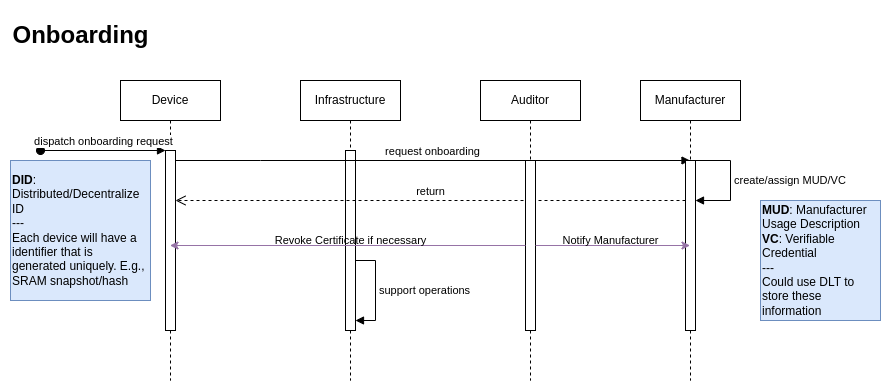
Before: thesis/.assets/onboarding-sequence-diagram.png, a diagram exported from draw.io (arminveres/iot-inventory-management). Source tidied: cells renumbered, new cells last; positions are measured from the earlier drawing's top-left corner, leaving out a move shared by most shapes. Source of this version:
```xml
<mxGraphModel>
  <root>
    <mxCell id="0" />
    <mxCell id="1" parent="0" />
    <mxCell id="2" value="Device" style="shape=umlLifeline;perimeter=lifelinePerimeter;whiteSpace=wrap;html=1;outlineConnect=0;portConstraint=eastwest;newEdgeStyle={&quot;edgeStyle&quot;:&quot;elbowEdgeStyle&quot;,&quot;elbow&quot;:&quot;vertical&quot;,&quot;curved&quot;:0,&quot;rounded&quot;:0};" parent="1" vertex="1">
      <mxGeometry x="120" y="80" width="100" height="300" as="geometry" />
    </mxCell>
    <mxCell id="3" style="html=1;points=[];perimeter=orthogonalPerimeter;outlineConnect=0;targetShapes=umlLifeline;portConstraint=eastwest;newEdgeStyle={&quot;edgeStyle&quot;:&quot;elbowEdgeStyle&quot;,&quot;elbow&quot;:&quot;vertical&quot;,&quot;curved&quot;:0,&quot;rounded&quot;:0};" parent="2" vertex="1">
      <mxGeometry x="45" y="70" width="10" height="180" as="geometry" />
    </mxCell>
    <mxCell id="4" value="dispatch onboarding request" style="html=1;verticalAlign=bottom;startArrow=oval;endArrow=block;startSize=8;edgeStyle=elbowEdgeStyle;elbow=vertical;curved=0;rounded=0;" parent="2" edge="1" target="3">
      <mxGeometry relative="1" as="geometry">
        <mxPoint x="-80" y="70" as="sourcePoint" />
      </mxGeometry>
    </mxCell>
    <mxCell id="5" value="Infrastructure" style="shape=umlLifeline;perimeter=lifelinePerimeter;whiteSpace=wrap;html=1;newEdgeStyle={&quot;edgeStyle&quot;:&quot;elbowEdgeStyle&quot;,&quot;elbow&quot;:&quot;vertical&quot;,&quot;curved&quot;:0,&quot;rounded&quot;:0};" parent="1" vertex="1">
      <mxGeometry x="300" y="80" width="100" height="300" as="geometry" />
    </mxCell>
    <mxCell id="6" style="html=1;points=[];perimeter=orthogonalPerimeter;outlineConnect=0;targetShapes=umlLifeline;portConstraint=eastwest;newEdgeStyle={&quot;edgeStyle&quot;:&quot;elbowEdgeStyle&quot;,&quot;elbow&quot;:&quot;vertical&quot;,&quot;curved&quot;:0,&quot;rounded&quot;:0};" parent="5" vertex="1">
      <mxGeometry x="45" y="70" width="10" height="180" as="geometry" />
    </mxCell>
    <mxCell id="7" value="support operations" style="html=1;align=left;spacingLeft=2;endArrow=block;rounded=0;edgeStyle=orthogonalEdgeStyle;curved=0;rounded=0;" parent="5" edge="1" source="6" target="6">
      <mxGeometry relative="1" as="geometry">
        <Array as="points">
          <mxPoint x="75" y="180" />
          <mxPoint x="75" y="240" />
        </Array>
      </mxGeometry>
    </mxCell>
    <mxCell id="8" value="request onboarding" style="html=1;verticalAlign=bottom;endArrow=block;edgeStyle=elbowEdgeStyle;elbow=vertical;curved=0;rounded=0;" parent="1" edge="1" source="3" target="12">
      <mxGeometry relative="1" as="geometry">
        <Array as="points">
          <mxPoint x="260" y="160" />
        </Array>
      </mxGeometry>
    </mxCell>
    <mxCell id="9" value="return" style="html=1;verticalAlign=bottom;endArrow=open;dashed=1;endSize=8;edgeStyle=elbowEdgeStyle;elbow=vertical;curved=0;rounded=0;" parent="1" edge="1" source="13" target="3">
      <mxGeometry relative="1" as="geometry">
        <Array as="points">
          <mxPoint x="280" y="200" />
        </Array>
      </mxGeometry>
    </mxCell>
    <mxCell id="10" value="Auditor" style="shape=umlLifeline;perimeter=lifelinePerimeter;whiteSpace=wrap;html=1;newEdgeStyle={&quot;edgeStyle&quot;:&quot;elbowEdgeStyle&quot;,&quot;elbow&quot;:&quot;vertical&quot;,&quot;curved&quot;:0,&quot;rounded&quot;:0};" parent="1" vertex="1">
      <mxGeometry x="480" y="80" width="100" height="300" as="geometry" />
    </mxCell>
    <mxCell id="11" style="html=1;points=[];perimeter=orthogonalPerimeter;outlineConnect=0;targetShapes=umlLifeline;portConstraint=eastwest;newEdgeStyle={&quot;edgeStyle&quot;:&quot;elbowEdgeStyle&quot;,&quot;elbow&quot;:&quot;vertical&quot;,&quot;curved&quot;:0,&quot;rounded&quot;:0};" parent="10" vertex="1">
      <mxGeometry x="45" y="80" width="10" height="170" as="geometry" />
    </mxCell>
    <mxCell id="12" value="Manufacturer" style="shape=umlLifeline;perimeter=lifelinePerimeter;whiteSpace=wrap;html=1;outlineConnect=0;portConstraint=eastwest;newEdgeStyle={&quot;edgeStyle&quot;:&quot;elbowEdgeStyle&quot;,&quot;elbow&quot;:&quot;vertical&quot;,&quot;curved&quot;:0,&quot;rounded&quot;:0};" parent="1" vertex="1">
      <mxGeometry x="640" y="80" width="100" height="300" as="geometry" />
    </mxCell>
    <mxCell id="13" style="html=1;points=[];perimeter=orthogonalPerimeter;outlineConnect=0;targetShapes=umlLifeline;portConstraint=eastwest;newEdgeStyle={&quot;edgeStyle&quot;:&quot;elbowEdgeStyle&quot;,&quot;elbow&quot;:&quot;vertical&quot;,&quot;curved&quot;:0,&quot;rounded&quot;:0};" parent="12" vertex="1">
      <mxGeometry x="45" y="80" width="10" height="170" as="geometry" />
    </mxCell>
    <mxCell id="14" value="create/assign MUD/VC" style="html=1;align=left;spacingLeft=2;endArrow=block;rounded=0;edgeStyle=orthogonalEdgeStyle;curved=0;rounded=0;" parent="12" edge="1" source="13" target="13">
      <mxGeometry relative="1" as="geometry">
        <Array as="points">
          <mxPoint x="90" y="80" />
          <mxPoint x="90" y="120" />
        </Array>
      </mxGeometry>
    </mxCell>
    <mxCell id="15" value="&lt;h1&gt;Onboarding&lt;/h1&gt;" style="text;html=1;align=center;verticalAlign=middle;strokeColor=none;fillColor=none;" parent="1" vertex="1">
      <mxGeometry width="160" height="70" as="geometry" />
    </mxCell>
    <mxCell id="16" value="&lt;b&gt;MUD&lt;/b&gt;: Manufacturer Usage Description&lt;br&gt;&lt;b&gt;VC&lt;/b&gt;: Verifiable Credential&lt;br&gt;---&lt;br&gt;Could use DLT to store these information&lt;br&gt;" style="whiteSpace=wrap;html=1;fillColor=#dae8fc;strokeColor=#6c8ebf;align=left;" parent="1" vertex="1">
      <mxGeometry x="760" y="200" width="120" height="120" as="geometry" />
    </mxCell>
    <mxCell id="17" value="Revoke Certificate if necessary" style="edgeStyle=elbowEdgeStyle;rounded=0;jettySize=auto;html=1;elbow=vertical;curved=0;fillColor=#e1d5e7;strokeColor=#9673a6;labelBackgroundColor=none;" parent="1" edge="1" source="11" target="2">
      <mxGeometry x="-0.01" y="-5" relative="1" as="geometry" />
    </mxCell>
    <mxCell id="18" value="Notify Manufacturer" style="edgeStyle=elbowEdgeStyle;rounded=0;jettySize=auto;html=1;elbow=vertical;curved=0;fillColor=#e1d5e7;strokeColor=#9673a6;labelBackgroundColor=none;" parent="1" edge="1" source="11" target="12">
      <mxGeometry x="-0.03" y="5" relative="1" as="geometry" />
    </mxCell>
    <mxCell id="19" value="&lt;div style=&quot;&quot;&gt;&lt;b style=&quot;background-color: initial;&quot;&gt;DID&lt;/b&gt;&lt;span style=&quot;background-color: initial;&quot;&gt;: Distributed/Decentralize ID&lt;/span&gt;&lt;/div&gt;&lt;div style=&quot;&quot;&gt;&lt;span style=&quot;background-color: initial;&quot;&gt;---&lt;/span&gt;&lt;/div&gt;&lt;div style=&quot;&quot;&gt;&lt;span style=&quot;background-color: initial;&quot;&gt;Each device will have a identifier that is generated uniquely. E.g., SRAM snapshot/hash&lt;/span&gt;&lt;/div&gt;" style="whiteSpace=wrap;html=1;align=left;verticalAlign=middle;fillColor=#dae8fc;strokeColor=#6c8ebf;" parent="1" vertex="1">
      <mxGeometry x="10" y="160" width="140" height="140" as="geometry" />
    </mxCell>
  </root>
</mxGraphModel>
```
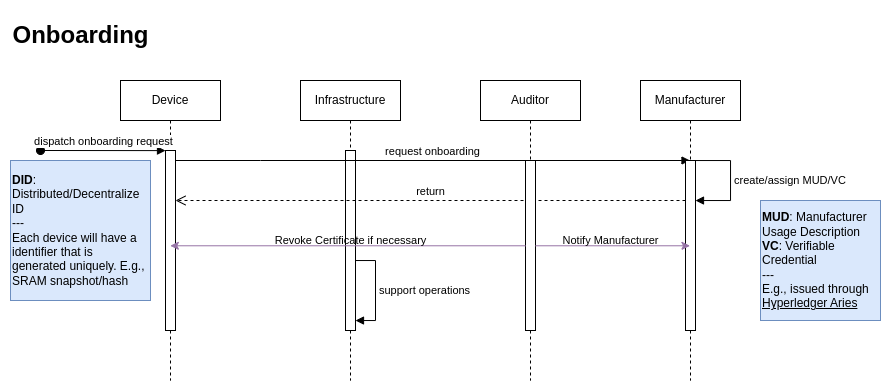
After the commit.

The edit, as a diff of the source:
```diff
@@ -64,7 +64,7 @@
     <mxCell id="15" value="&lt;h1&gt;Onboarding&lt;/h1&gt;" style="text;html=1;align=center;verticalAlign=middle;strokeColor=none;fillColor=none;" parent="1" vertex="1">
       <mxGeometry width="160" height="70" as="geometry" />
     </mxCell>
-    <mxCell id="16" value="&lt;b&gt;MUD&lt;/b&gt;: Manufacturer Usage Description&lt;br&gt;&lt;b&gt;VC&lt;/b&gt;: Verifiable Credential&lt;br&gt;---&lt;br&gt;Could use DLT to store these information&lt;br&gt;" style="whiteSpace=wrap;html=1;fillColor=#dae8fc;strokeColor=#6c8ebf;align=left;" parent="1" vertex="1">
+    <mxCell id="16" value="&lt;b&gt;MUD&lt;/b&gt;: Manufacturer Usage Description&lt;br&gt;&lt;b&gt;VC&lt;/b&gt;: Verifiable Credential&lt;br&gt;---&lt;br&gt;E.g., issued through &lt;u&gt;Hyperledger Aries&lt;/u&gt;" style="whiteSpace=wrap;html=1;fillColor=#dae8fc;strokeColor=#6c8ebf;align=left;" parent="1" vertex="1">
       <mxGeometry x="760" y="200" width="120" height="120" as="geometry" />
     </mxCell>
     <mxCell id="17" value="Revoke Certificate if necessary" style="edgeStyle=elbowEdgeStyle;rounded=0;jettySize=auto;html=1;elbow=vertical;curved=0;fillColor=#e1d5e7;strokeColor=#9673a6;labelBackgroundColor=none;" parent="1" edge="1" source="11" target="2">
```
